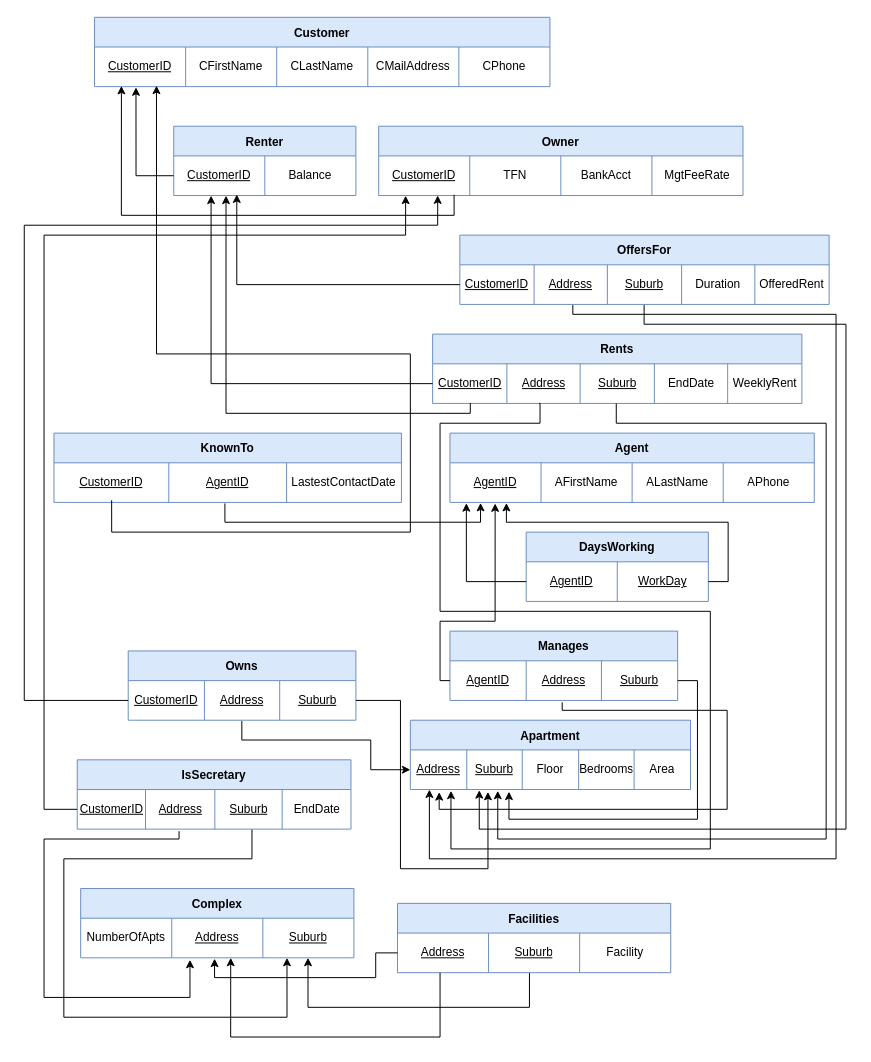
abyanmajid/abyanmajid keeps this draw.io diagram as public/Untitled Diagram.drawio. Above is the earlier version. Source tidied: cells renumbered, new cells numbered last; positions are measured from the earlier drawing's top-left corner, leaving out a move shared by most shapes. Both pictures are drawn from the tidied source at 99%, with x=0, y=0 at pixel (24, 17).
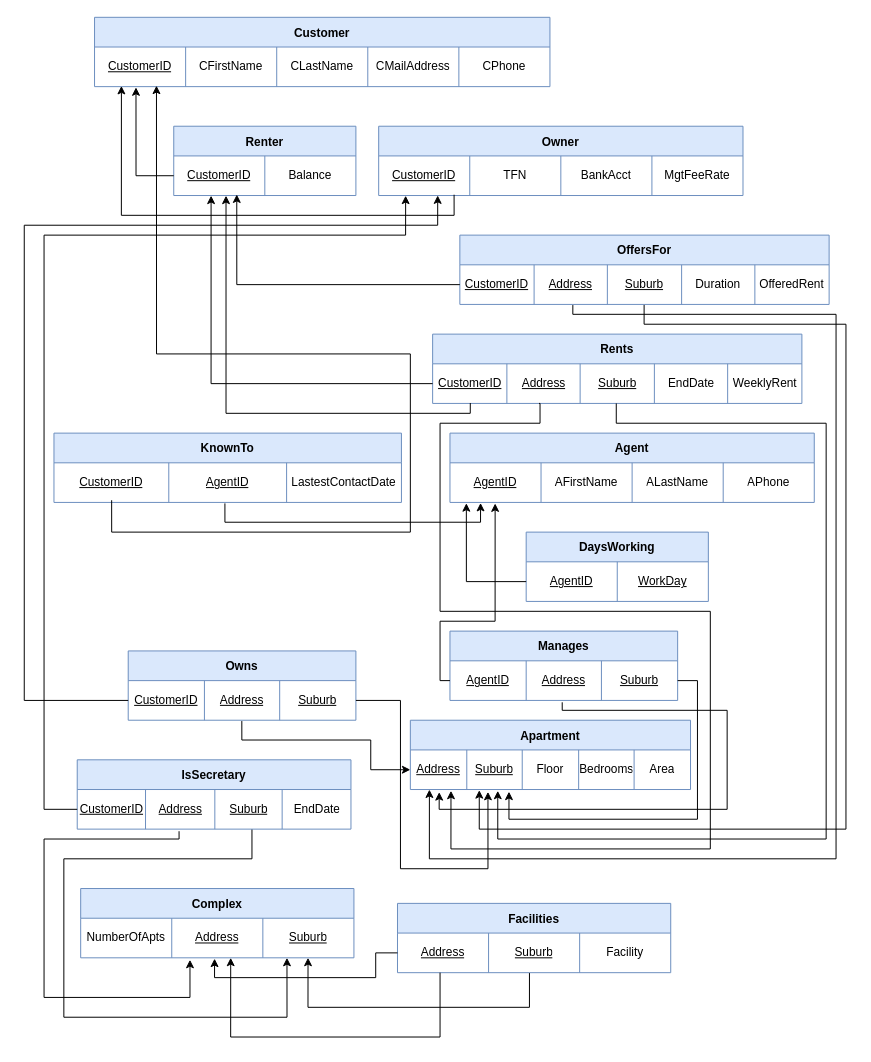
The same page after the edit.

The change refers to these unchanged cells:
```xml
<mxCell id="59" style="shape=tableRow;horizontal=0;startSize=0;swimlaneHead=0;swimlaneBody=0;strokeColor=inherit;top=0;left=0;bottom=0;right=0;fillColor=none;points=[[0,0.5],[1,0.5]];portConstraint=eastwest;" parent="58" vertex="1">
  <mxGeometry y="30" width="368" height="40" as="geometry" />
</mxCell>
<mxCell id="65" style="shape=tableRow;horizontal=0;startSize=0;swimlaneHead=0;swimlaneBody=0;strokeColor=inherit;top=0;left=0;bottom=0;right=0;fillColor=none;points=[[0,0.5],[1,0.5]];portConstraint=eastwest;" parent="64" vertex="1">
  <mxGeometry y="30" width="184" height="40" as="geometry" />
</mxCell>
```

The edit, as a diff of the source:
```diff
@@
-    <mxCell id="70" style="edgeStyle=orthogonalEdgeStyle;rounded=0;jettySize=auto;html=1;entryX=0.155;entryY=1.014;entryDx=0;entryDy=0;entryPerimeter=0;" parent="1" edge="1" source="65" target="59">
-      <mxGeometry relative="1" as="geometry">
-        <Array as="points">
-          <mxPoint x="711" y="570" />
-          <mxPoint x="711" y="510" />
-          <mxPoint x="487" y="510" />
-        </Array>
-      </mxGeometry>
-    </mxCell>
```
